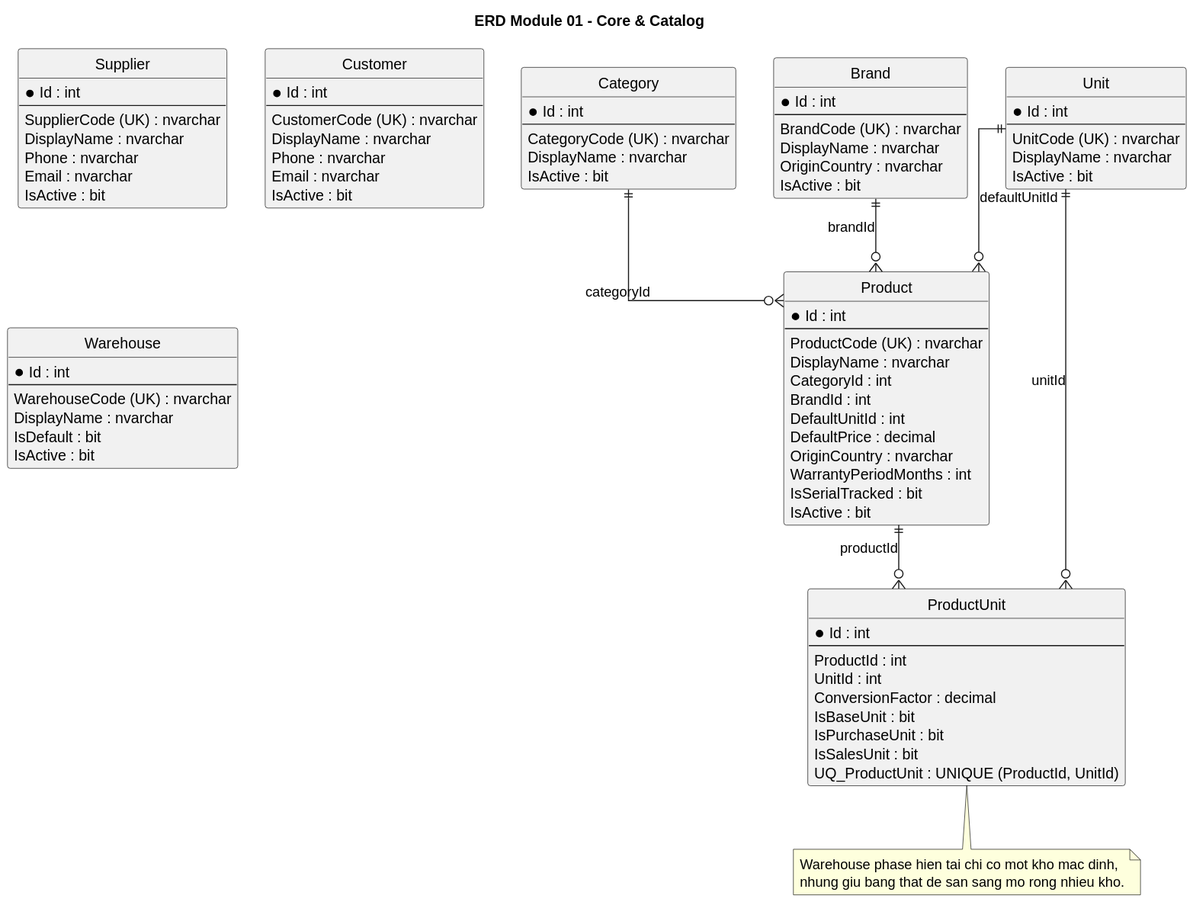
Earlier version of the PlantUML export Diagram/plantuml-svg-erd-module/ERD_Module_01_Core_Catalog.svg (TheGiver262/WarePro).
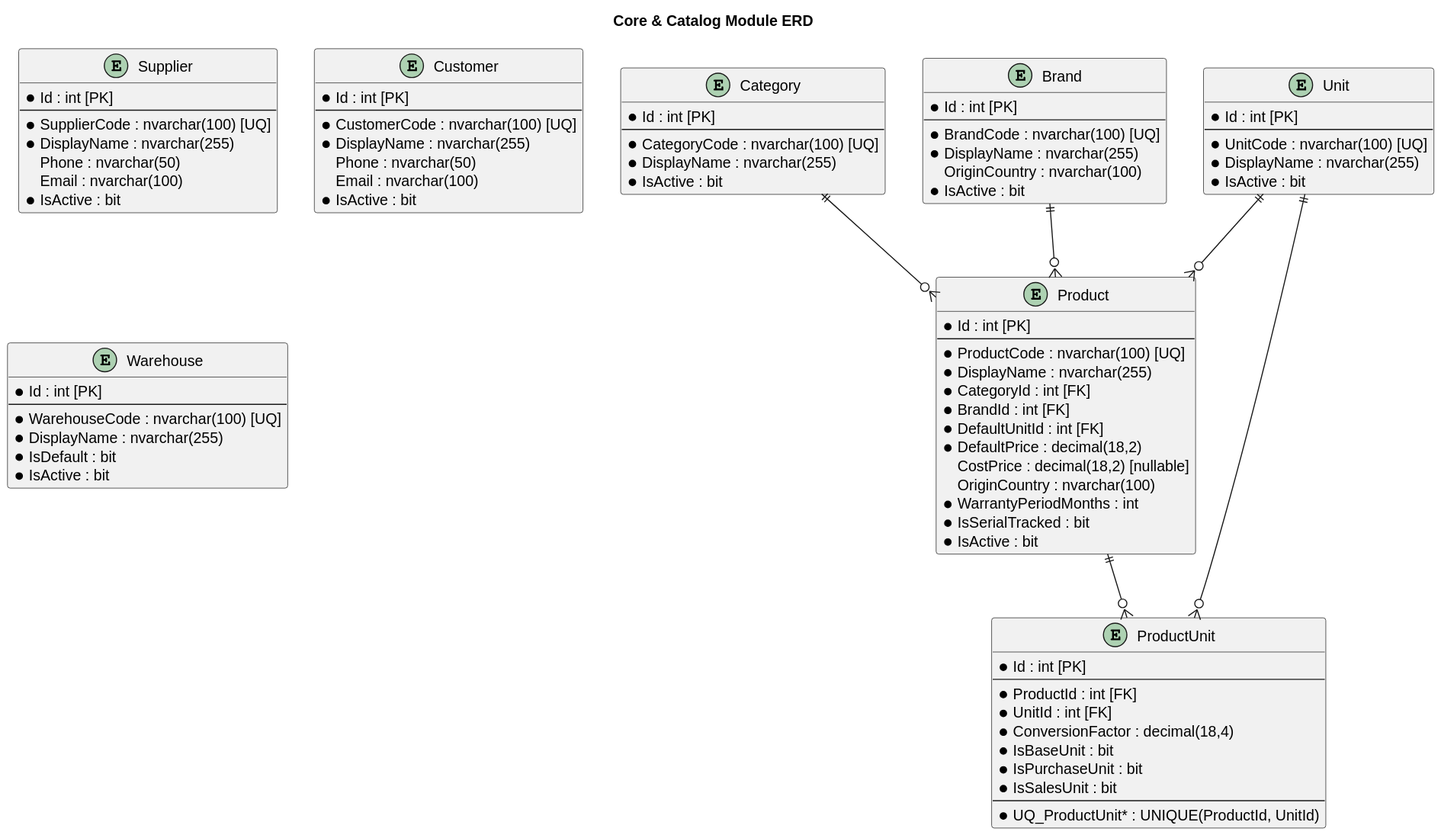
Above is the later version.

Diff of the diagram source:
```diff
@@ -1,97 +1,92 @@
 @startuml
-title ERD Module 01 - Core & Catalog
-hide circle
-skinparam linetype ortho
+title Core & Catalog Module ERD
 
-entity "Category" as Category {
-  * Id : int
-  --
-  CategoryCode (UK) : nvarchar
-  DisplayName : nvarchar
-  IsActive : bit
+entity Category {
+    * Id : int [PK]
+    --
+    * CategoryCode : nvarchar(100) [UQ]
+    * DisplayName : nvarchar(255)
+    * IsActive : bit
 }
 
-entity "Brand" as Brand {
-  * Id : int
-  --
-  BrandCode (UK) : nvarchar
-  DisplayName : nvarchar
-  OriginCountry : nvarchar
-  IsActive : bit
+entity Brand {
+    * Id : int [PK]
+    --
+    * BrandCode : nvarchar(100) [UQ]
+    * DisplayName : nvarchar(255)
+    OriginCountry : nvarchar(100)
+    * IsActive : bit
 }
 
-entity "Unit" as Unit {
-  * Id : int
-  --
-  UnitCode (UK) : nvarchar
-  DisplayName : nvarchar
-  IsActive : bit
+entity Unit {
+    * Id : int [PK]
+    --
+    * UnitCode : nvarchar(100) [UQ]
+    * DisplayName : nvarchar(255)
+    * IsActive : bit
 }
 
-entity "Supplier" as Supplier {
-  * Id : int
-  --
-  SupplierCode (UK) : nvarchar
-  DisplayName : nvarchar
-  Phone : nvarchar
-  Email : nvarchar
-  IsActive : bit
+entity Supplier {
+    * Id : int [PK]
+    --
+    * SupplierCode : nvarchar(100) [UQ]
+    * DisplayName : nvarchar(255)
+    Phone : nvarchar(50)
+    Email : nvarchar(100)
+    * IsActive : bit
 }
 
-entity "Customer" as Customer {
-  * Id : int
-  --
-  CustomerCode (UK) : nvarchar
-  DisplayName : nvarchar
-  Phone : nvarchar
-  Email : nvarchar
-  IsActive : bit
+entity Customer {
+    * Id : int [PK]
+    --
+    * CustomerCode : nvarchar(100) [UQ]
+    * DisplayName : nvarchar(255)
+    Phone : nvarchar(50)
+    Email : nvarchar(100)
+    * IsActive : bit
 }
 
-entity "Warehouse" as Warehouse {
-  * Id : int
-  --
-  WarehouseCode (UK) : nvarchar
-  DisplayName : nvarchar
-  IsDefault : bit
-  IsActive : bit
+entity Warehouse {
+    * Id : int [PK]
+    --
+    * WarehouseCode : nvarchar(100) [UQ]
+    * DisplayName : nvarchar(255)
+    * IsDefault : bit
+    * IsActive : bit
 }
 
-entity "Product" as Product {
-  * Id : int
-  --
-  ProductCode (UK) : nvarchar
-  DisplayName : nvarchar
-  CategoryId : int
-  BrandId : int
-  DefaultUnitId : int
-  DefaultPrice : decimal
-  OriginCountry : nvarchar
-  WarrantyPeriodMonths : int
-  IsSerialTracked : bit
-  IsActive : bit
+entity Product {
+    * Id : int [PK]
+    --
+    * ProductCode : nvarchar(100) [UQ]
+    * DisplayName : nvarchar(255)
+    * CategoryId : int [FK]
+    * BrandId : int [FK]
+    * DefaultUnitId : int [FK]
+    * DefaultPrice : decimal(18,2)
+    CostPrice : decimal(18,2) [nullable]
+    OriginCountry : nvarchar(100)
+    * WarrantyPeriodMonths : int
+    * IsSerialTracked : bit
+    * IsActive : bit
 }
 
-entity "ProductUnit" as ProductUnit {
-  * Id : int
-  --
-  ProductId : int
-  UnitId : int
-  ConversionFactor : decimal
-  IsBaseUnit : bit
-  IsPurchaseUnit : bit
-  IsSalesUnit : bit
-  UQ_ProductUnit : UNIQUE (ProductId, UnitId)
+entity ProductUnit {
+    * Id : int [PK]
+    --
+    * ProductId : int [FK]
+    * UnitId : int [FK]
+    * ConversionFactor : decimal(18,4)
+    * IsBaseUnit : bit
+    * IsPurchaseUnit : bit
+    * IsSalesUnit : bit
+    --
+    *UQ_ProductUnit* : UNIQUE(ProductId, UnitId)
 }
 
-Category ||--o{ Product : categoryId
-Brand ||--o{ Product : brandId
-Unit ||--o{ Product : defaultUnitId
-Product ||--o{ ProductUnit : productId
-Unit ||--o{ ProductUnit : unitId
-
-note bottom
-Warehouse phase hien tai chi co mot kho mac dinh,
-nhung giu bang that de san sang mo rong nhieu kho.
-end note
+Category ||--o{ Product
+Brand ||--o{ Product
+Unit ||--o{ Product
+Product ||--o{ ProductUnit
+Unit ||--o{ ProductUnit
 @enduml
```
